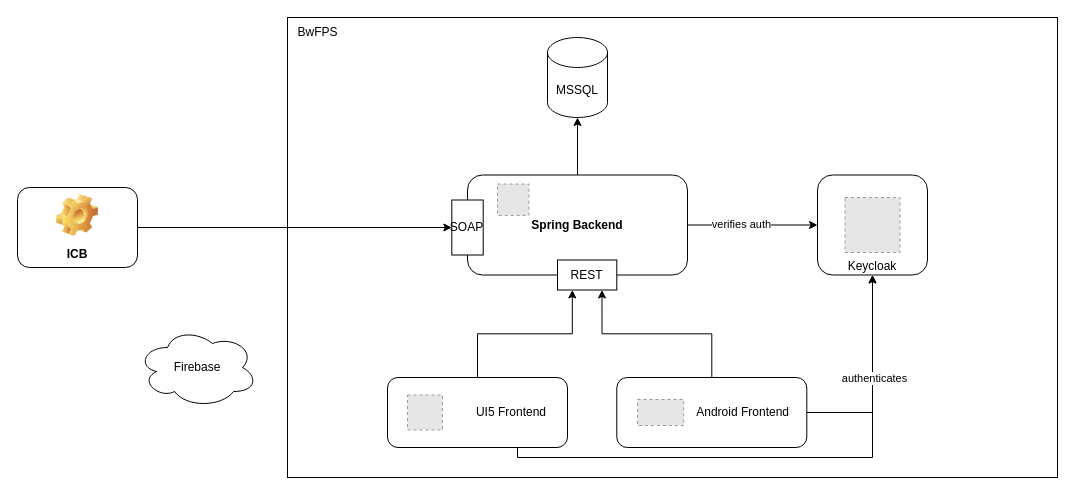
Earlier version of the draw.io diagram page "Page-1" (1 of 4) of thesis/assets/dswfd-architecture.drawio (HanLap/master-thesis). Source tidied: cells renumbered, new cells numbered last; positions are measured from the earlier drawing's top-left corner, leaving out a move shared by most shapes. Both pictures are drawn from the tidied source at 100%, with x=0, y=0 at pixel (17, 17). Pictures stored in the file or linked from it are replaced by grey dashed boxes.
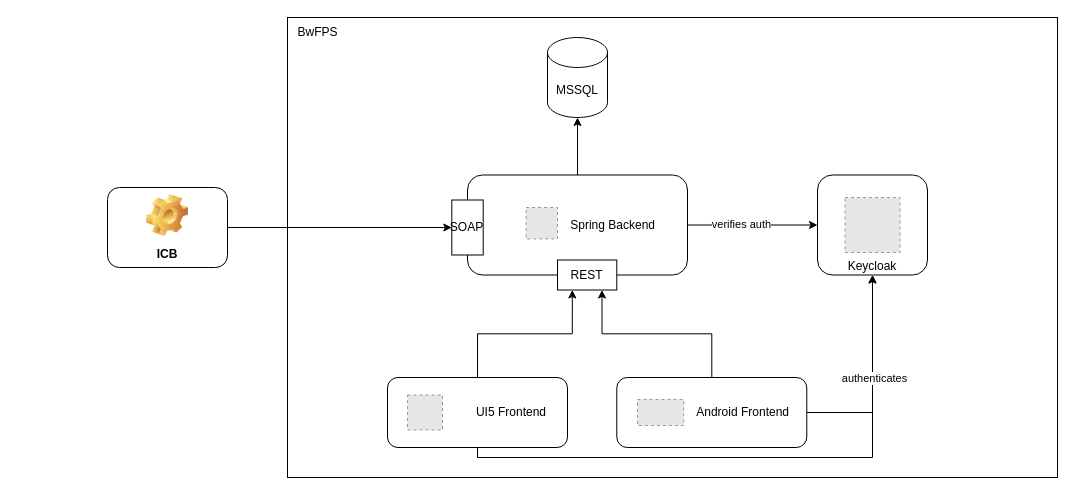
Above is the later version.

Unchanged cells that the change refers to:
```xml
<mxCell id="10" value="Keycloak" style="rounded=1;whiteSpace=wrap;html=1;verticalAlign=bottom;" parent="9" vertex="1">
  <mxGeometry width="110" height="100" as="geometry" />
</mxCell>
<mxCell id="15" style="group;" parent="1" vertex="1">
  <mxGeometry x="450" y="157.5" width="220" height="115" as="geometry" />
</mxCell>
<mxCell id="23" value="UI5 Frontend" style="rounded=1;whiteSpace=wrap;html=1;align=right;spacingRight=19;" parent="1" vertex="1">
  <mxGeometry x="370" y="360" width="180" height="70" as="geometry" />
</mxCell>
```

Diff of the diagram source:
```diff
@@
-    <mxCell id="12" value="Firebase" style="ellipse;shape=cloud;whiteSpace=wrap;html=1;" parent="1" vertex="1">
-      <mxGeometry x="120" y="310" width="120" height="80" as="geometry" />
-    </mxCell>
@@
     <mxCell id="14" value="ICB" style="label;whiteSpace=wrap;html=1;align=center;verticalAlign=bottom;spacingLeft=0;spacingBottom=4;imageAlign=center;imageVerticalAlign=top;image=img/clipart/Gear_128x128.png;" parent="1" vertex="1">
-      <mxGeometry y="170" width="120" height="80" as="geometry" />
+      <mxGeometry x="90" y="170" width="120" height="80" as="geometry" />
     </mxCell>
@@
-    <mxCell id="16" value="&lt;b&gt;Spring Backend&lt;/b&gt;" style="rounded=1;whiteSpace=wrap;html=1;" parent="15" vertex="1">
+    <mxCell id="16" value="Spring Backend" style="rounded=1;whiteSpace=wrap;html=1;align=right;spacingRight=30;" parent="15" vertex="1">
       <mxGeometry width="220" height="100" as="geometry" />
     </mxCell>
     <mxCell id="17" style="fillColor=#E6E6E6;strokeColor=#999999;dashed=1;verticalLabelPosition=bottom;labelBackgroundColor=default;verticalAlign=top;" parent="15" vertex="1">
-      <mxGeometry x="30" y="9" width="31.4" height="31.4" as="geometry" />
+      <mxGeometry x="58.6" y="32.5" width="31.4" height="31.4" as="geometry" />
     </mxCell>
@@
     <mxCell id="21" style="edgeStyle=orthogonalEdgeStyle;rounded=0;jettySize=auto;html=1;exitX=0.5;exitY=1;exitDx=0;exitDy=0;entryX=0.5;entryY=1;entryDx=0;entryDy=0;" parent="1" edge="1" source="23" target="10">
       <mxGeometry relative="1" as="geometry">
         <Array as="points">
-          <mxPoint x="500" y="440" />
+          <mxPoint x="460" y="440" />
           <mxPoint x="855" y="440" />
         </Array>
       </mxGeometry>
     </mxCell>
```
